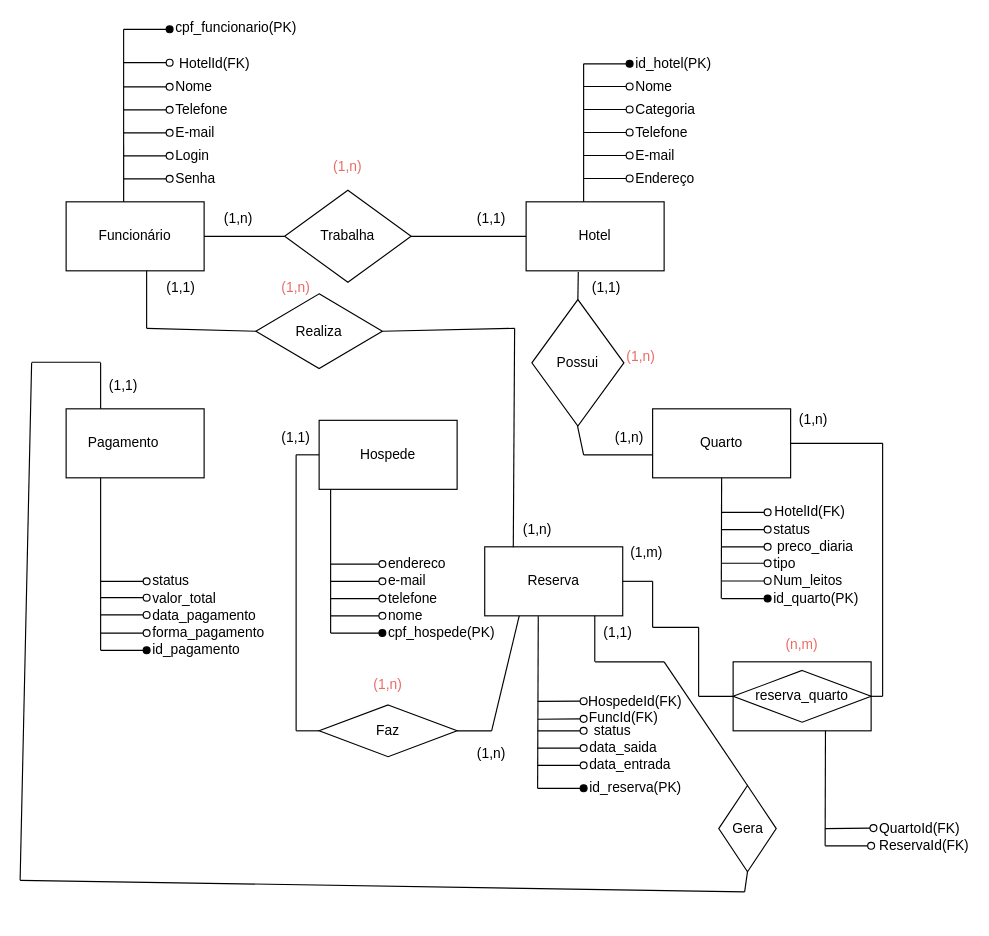
This is trabalho_banco_de_dados.drawio from Daniells1/uninter_banco_de_dados, a draw.io file, before an edit. Source tidied: cells renumbered, new cells numbered last; positions are measured from the earlier drawing's top-left corner, leaving out a move shared by most shapes. Both pictures are drawn from the tidied source at 115%, with x=0, y=0 at pixel (20, 22).
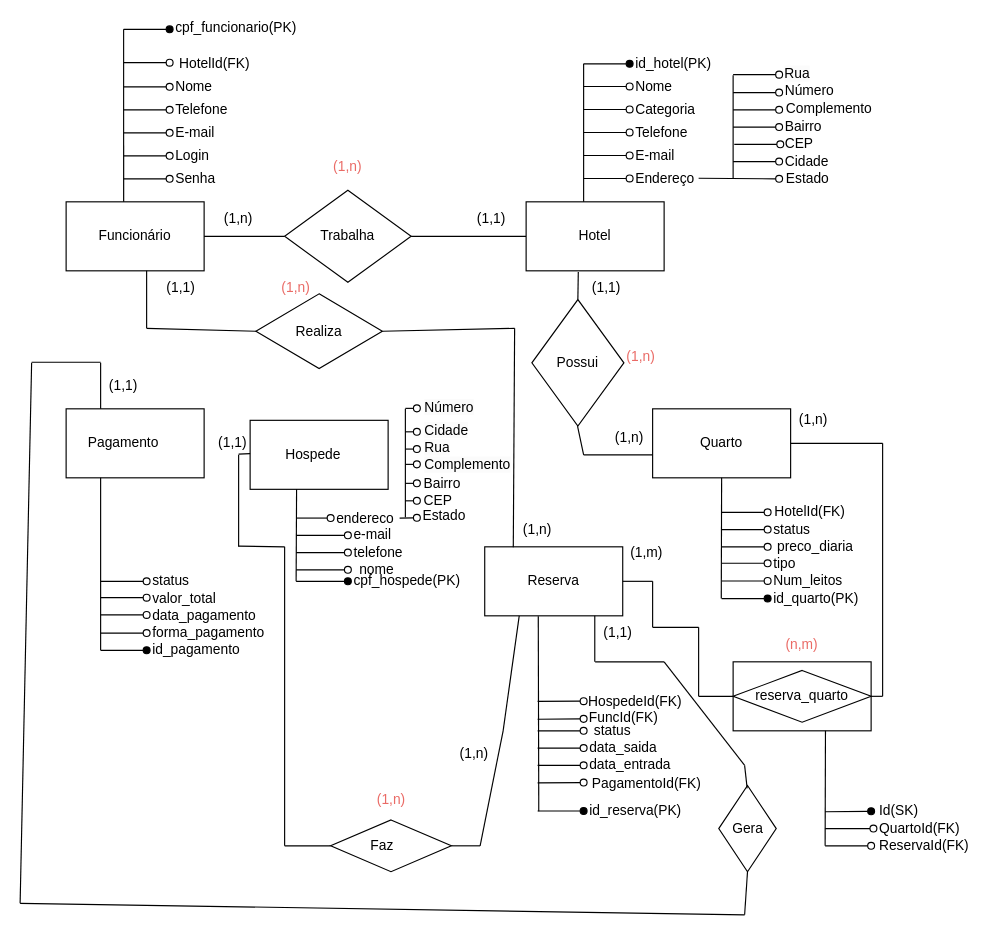
Above is the later version.

The change refers to these unchanged cells:
```xml
<mxCell id="40" style="rounded=0;whiteSpace=wrap;html=1;" parent="1" vertex="1">
  <mxGeometry x="404" y="456" width="120" height="60" as="geometry" />
</mxCell>
<mxCell id="108" style="rhombus;whiteSpace=wrap;html=1;rotation=-90;direction=south;" parent="1" vertex="1">
  <mxGeometry x="595" y="676" width="75" height="50" as="geometry" />
</mxCell>
<mxCell id="144" value="&amp;nbsp;QuartoId(FK)" style="text;html=1;align=left;verticalAlign=middle;whiteSpace=wrap;rounded=0;" parent="1" vertex="1">
  <mxGeometry x="742" y="691" width="60" height="20" as="geometry" />
</mxCell>
```

Change to the diagram source:
```diff
@@
     <mxCell id="38" style="rounded=0;whiteSpace=wrap;html=1;" parent="1" vertex="1">
-      <mxGeometry x="260" y="346" width="120" height="60" as="geometry" />
+      <mxGeometry x="200" y="346" width="120" height="60" as="geometry" />
     </mxCell>
     <mxCell id="39" value="Hospede" style="text;html=1;align=center;verticalAlign=middle;whiteSpace=wrap;rounded=0;" parent="1" vertex="1">
-      <mxGeometry x="290" y="361" width="60" height="30" as="geometry" />
+      <mxGeometry x="225" y="361" width="60" height="30" as="geometry" />
     </mxCell>
@@
     <mxCell id="44" style="endArrow=oval;html=1;rounded=0;endFill=1;align=center;" parent="1" edge="1">
       <mxGeometry relative="1" as="geometry">
-        <mxPoint x="270" y="531" as="sourcePoint" />
-        <mxPoint x="315" y="531" as="targetPoint" />
+        <mxPoint x="240" y="486" as="sourcePoint" />
+        <mxPoint x="285" y="486" as="targetPoint" />
       </mxGeometry>
     </mxCell>
     <mxCell id="45" style="endArrow=oval;html=1;rounded=0;endFill=1;align=center;" parent="1" edge="1">
       <mxGeometry relative="1" as="geometry">
-        <mxPoint x="450" y="666" as="sourcePoint" />
-        <mxPoint x="490" y="666" as="targetPoint" />
+        <mxPoint x="450" y="685.7" as="sourcePoint" />
+        <mxPoint x="490" y="685.7" as="targetPoint" />
       </mxGeometry>
     </mxCell>
@@
     <mxCell id="66" style="endArrow=oval;html=1;rounded=0;endFill=0;" parent="1" edge="1">
       <mxGeometry relative="1" as="geometry">
-        <mxPoint x="270" y="516" as="sourcePoint" />
-        <mxPoint x="315" y="516" as="targetPoint" />
+        <mxPoint x="240" y="476" as="sourcePoint" />
+        <mxPoint x="285" y="476" as="targetPoint" />
       </mxGeometry>
     </mxCell>
     <mxCell id="67" value="&amp;nbsp;cpf_hospede(PK)" style="text;html=1;align=left;verticalAlign=middle;whiteSpace=wrap;rounded=0;" parent="1" vertex="1">
-      <mxGeometry x="315" y="516" width="60" height="30" as="geometry" />
+      <mxGeometry x="285" y="476" width="60" height="20" as="geometry" />
     </mxCell>
     <mxCell id="68" value="&amp;nbsp;nome" style="text;html=1;align=left;verticalAlign=middle;whiteSpace=wrap;rounded=0;" parent="1" vertex="1">
-      <mxGeometry x="315" y="501" width="60" height="30" as="geometry" />
+      <mxGeometry x="290" y="466" width="60" height="20" as="geometry" />
     </mxCell>
     <mxCell id="69" style="endArrow=oval;html=1;rounded=0;endFill=0;" parent="1" edge="1">
       <mxGeometry relative="1" as="geometry">
-        <mxPoint x="270" y="501" as="sourcePoint" />
-        <mxPoint x="315" y="501" as="targetPoint" />
+        <mxPoint x="240" y="461" as="sourcePoint" />
+        <mxPoint x="285" y="461" as="targetPoint" />
       </mxGeometry>
     </mxCell>
     <mxCell id="70" value="&amp;nbsp;telefone" style="text;html=1;align=left;verticalAlign=middle;whiteSpace=wrap;rounded=0;" parent="1" vertex="1">
-      <mxGeometry x="315" y="486" width="60" height="30" as="geometry" />
+      <mxGeometry x="285" y="451" width="60" height="20" as="geometry" />
     </mxCell>
-    <mxCell id="71" value="&amp;nbsp;e-mail" style="text;html=1;align=left;verticalAlign=middle;whiteSpace=wrap;rounded=0;" parent="1" vertex="1">
-      <mxGeometry x="315" y="471" width="60" height="30" as="geometry" />
-    </mxCell>
     <mxCell id="72" style="endArrow=oval;html=1;rounded=0;endFill=0;" parent="1" edge="1">
       <mxGeometry relative="1" as="geometry">
-        <mxPoint x="270" y="486" as="sourcePoint" />
-        <mxPoint x="315" y="486" as="targetPoint" />
+        <mxPoint x="240" y="446" as="sourcePoint" />
+        <mxPoint x="285" y="446" as="targetPoint" />
       </mxGeometry>
     </mxCell>
     <mxCell id="73" style="endArrow=oval;html=1;rounded=0;endFill=0;" parent="1" edge="1">
       <mxGeometry relative="1" as="geometry">
-        <mxPoint x="270" y="471" as="sourcePoint" />
-        <mxPoint x="315" y="471" as="targetPoint" />
+        <mxPoint x="240" y="431" as="sourcePoint" />
+        <mxPoint x="270" y="431" as="targetPoint" />
       </mxGeometry>
     </mxCell>
     <mxCell id="74" value="&amp;nbsp;endereco" style="text;html=1;align=left;verticalAlign=middle;whiteSpace=wrap;rounded=0;" parent="1" vertex="1">
-      <mxGeometry x="315" y="456" width="60" height="30" as="geometry" />
+      <mxGeometry x="270" y="431" width="60" as="geometry" />
     </mxCell>
     <mxCell id="75" style="endArrow=none;html=1;" parent="1" edge="1">
       <mxGeometry relative="1" as="geometry">
-        <mxPoint x="270" y="531" as="sourcePoint" />
-        <mxPoint x="270" y="406" as="targetPoint" />
+        <mxPoint x="240" y="486" as="sourcePoint" />
+        <mxPoint x="240.4" y="406" as="targetPoint" />
       </mxGeometry>
     </mxCell>
     <mxCell id="76" value="&amp;nbsp;id_reserva(PK)" style="text;html=1;align=left;verticalAlign=middle;whiteSpace=wrap;rounded=0;" parent="1" vertex="1">
-      <mxGeometry x="490" y="651" width="60" height="30" as="geometry" />
+      <mxGeometry x="490" y="671" width="60" height="30" as="geometry" />
     </mxCell>
@@
     <mxCell id="83" style="endArrow=none;html=1;entryX=0.388;entryY=1.006;entryDx=0;entryDy=0;entryPerimeter=0;" parent="1" edge="1" target="40">
       <mxGeometry relative="1" as="geometry">
-        <mxPoint x="450" y="666" as="sourcePoint" />
+        <mxPoint x="451" y="686" as="sourcePoint" />
       </mxGeometry>
     </mxCell>
@@
     <mxCell id="105" style="endArrow=none;html=1;" parent="1" edge="1">
       <mxGeometry relative="1" as="geometry">
-        <mxPoint x="240" y="376" as="sourcePoint" />
-        <mxPoint x="260" y="376" as="targetPoint" />
+        <mxPoint x="190" y="375.4" as="sourcePoint" />
+        <mxPoint x="200" y="375" as="targetPoint" />
       </mxGeometry>
     </mxCell>
     <mxCell id="106" style="endArrow=none;html=1;" parent="1" edge="1">
       <mxGeometry relative="1" as="geometry">
-        <mxPoint x="240" y="616" as="sourcePoint" />
-        <mxPoint x="240" y="376" as="targetPoint" />
+        <mxPoint x="230" y="716" as="sourcePoint" />
+        <mxPoint x="230" y="456" as="targetPoint" />
       </mxGeometry>
     </mxCell>
     <mxCell id="107" style="endArrow=none;html=1;" parent="1" edge="1">
       <mxGeometry relative="1" as="geometry">
-        <mxPoint x="240" y="616" as="sourcePoint" />
-        <mxPoint x="260" y="616" as="targetPoint" />
+        <mxPoint x="190" y="455.4" as="sourcePoint" />
+        <mxPoint x="230" y="456" as="targetPoint" />
       </mxGeometry>
     </mxCell>
@@
     <mxCell id="112" style="endArrow=none;html=1;" parent="1" edge="1">
       <mxGeometry relative="1" as="geometry">
-        <mxPoint y="746" as="sourcePoint" />
-        <mxPoint x="630" y="756" as="targetPoint" />
+        <mxPoint y="766" as="sourcePoint" />
+        <mxPoint x="630" y="776" as="targetPoint" />
       </mxGeometry>
     </mxCell>
     <mxCell id="113" style="endArrow=none;html=1;entryX=0.5;entryY=1;entryDx=0;entryDy=0;" parent="1" edge="1" target="108">
       <mxGeometry relative="1" as="geometry">
-        <mxPoint x="630" y="756" as="sourcePoint" />
+        <mxPoint x="630" y="776" as="sourcePoint" />
       </mxGeometry>
     </mxCell>
     <mxCell id="114" style="endArrow=none;html=1;" parent="1" edge="1">
       <mxGeometry relative="1" as="geometry">
-        <mxPoint y="746" as="sourcePoint" />
+        <mxPoint y="766" as="sourcePoint" />
         <mxPoint x="10" y="296" as="targetPoint" />
       </mxGeometry>
     </mxCell>
@@
     <mxCell id="117" value="(1,n)" style="text;html=1;align=center;verticalAlign=middle;whiteSpace=wrap;rounded=0;" parent="1" vertex="1">
-      <mxGeometry x="380" y="621" width="60" height="30" as="geometry" />
+      <mxGeometry x="365" y="621" width="60" height="30" as="geometry" />
     </mxCell>
     <mxCell id="118" value="(1,1)" style="text;html=1;align=center;verticalAlign=middle;whiteSpace=wrap;rounded=0;" parent="1" vertex="1">
-      <mxGeometry x="210" y="346" width="60" height="30" as="geometry" />
+      <mxGeometry x="155" y="351" width="60" height="30" as="geometry" />
     </mxCell>
-    <mxCell id="119" style="rhombus;whiteSpace=wrap;html=1;" parent="1" vertex="1">
-      <mxGeometry x="260" y="593.5" width="120" height="45" as="geometry" />
+    <mxCell id="119" style="rhombus;whiteSpace=wrap;html=1;rotation=0;" parent="1" vertex="1">
+      <mxGeometry x="270" y="693.5" width="105" height="45" as="geometry" />
     </mxCell>
     <mxCell id="120" value="Faz" style="text;html=1;align=center;verticalAlign=middle;whiteSpace=wrap;rounded=0;" parent="1" vertex="1">
-      <mxGeometry x="290" y="601" width="60" height="30" as="geometry" />
+      <mxGeometry x="285" y="701" width="60" height="30" as="geometry" />
     </mxCell>
-    <mxCell id="121" style="endArrow=none;html=1;exitX=1;exitY=0.5;exitDx=0;exitDy=0;" parent="1" edge="1" source="119">
+    <mxCell id="121" style="endArrow=none;html=1;" parent="1" edge="1">
       <mxGeometry relative="1" as="geometry">
-        <mxPoint x="410" y="616" as="targetPoint" />
+        <mxPoint x="400" y="716" as="sourcePoint" />
+        <mxPoint x="420" y="616" as="targetPoint" />
       </mxGeometry>
     </mxCell>
     <mxCell id="122" style="endArrow=none;html=1;entryX=0.25;entryY=1;entryDx=0;entryDy=0;" parent="1" edge="1" target="40">
       <mxGeometry relative="1" as="geometry">
-        <mxPoint x="410" y="616" as="sourcePoint" />
+        <mxPoint x="420" y="616" as="sourcePoint" />
       </mxGeometry>
     </mxCell>
     <mxCell id="123" value="(1,n)" style="text;html=1;align=center;verticalAlign=middle;whiteSpace=wrap;rounded=0;fontColor=#EA6B66;" parent="1" vertex="1">
-      <mxGeometry x="290" y="561" width="60" height="30" as="geometry" />
+      <mxGeometry x="292.5" y="661" width="60" height="30" as="geometry" />
     </mxCell>
@@
-    <mxCell id="143" style="endArrow=oval;html=1;rounded=0;endFill=0;" parent="1" edge="1">
+    <mxCell id="143" style="endArrow=oval;html=1;rounded=0;endFill=0;entryX=0;entryY=0.5;entryDx=0;entryDy=0;" parent="1" edge="1" target="144">
       <mxGeometry relative="1" as="geometry">
         <mxPoint x="700" y="701" as="sourcePoint" />
-        <mxPoint x="742" y="700.6" as="targetPoint" />
       </mxGeometry>
     </mxCell>
@@
-    <mxCell id="149" style="endArrow=none;html=1;entryX=0.5;entryY=0;entryDx=0;entryDy=0;" parent="1" edge="1" target="108">
+    <mxCell id="149" style="endArrow=none;html=1;" parent="1" edge="1">
       <mxGeometry relative="1" as="geometry">
         <mxPoint x="560" y="556" as="sourcePoint" />
+        <mxPoint x="630" y="646" as="targetPoint" />
       </mxGeometry>
     </mxCell>
@@
+    <mxCell id="154" style="endArrow=oval;html=1;rounded=0;endFill=0;" parent="1" edge="1">
+      <mxGeometry relative="1" as="geometry">
+        <mxPoint x="590" y="135.5" as="sourcePoint" />
+        <mxPoint x="660" y="136" as="targetPoint" />
+      </mxGeometry>
+    </mxCell>
+    <mxCell id="155" style="endArrow=none;html=1;rounded=0;" parent="1" edge="1">
+      <mxGeometry relative="1" as="geometry">
+        <mxPoint x="620" y="136" as="sourcePoint" />
+        <mxPoint x="620" y="46" as="targetPoint" />
+      </mxGeometry>
+    </mxCell>
+    <mxCell id="156" style="endArrow=oval;html=1;rounded=0;endFill=0;" parent="1" edge="1">
+      <mxGeometry relative="1" as="geometry">
+        <mxPoint x="620" y="121" as="sourcePoint" />
+        <mxPoint x="660" y="121" as="targetPoint" />
+      </mxGeometry>
+    </mxCell>
+    <mxCell id="157" value="&amp;nbsp;Estado" style="text;html=1;align=left;verticalAlign=middle;whiteSpace=wrap;rounded=0;" parent="1" vertex="1">
+      <mxGeometry x="661" y="121" width="60" height="30" as="geometry" />
+    </mxCell>
+    <mxCell id="158" value="&amp;nbsp;Cidade" style="text;html=1;align=left;verticalAlign=middle;whiteSpace=wrap;rounded=0;" parent="1" vertex="1">
+      <mxGeometry x="660" y="106" width="60" height="30" as="geometry" />
+    </mxCell>
+    <mxCell id="159" style="endArrow=oval;html=1;rounded=0;endFill=0;" parent="1" edge="1">
+      <mxGeometry relative="1" as="geometry">
+        <mxPoint x="621" y="106" as="sourcePoint" />
+        <mxPoint x="661" y="106" as="targetPoint" />
+      </mxGeometry>
+    </mxCell>
+    <mxCell id="160" value="&amp;nbsp;CEP" style="text;html=1;align=left;verticalAlign=middle;whiteSpace=wrap;rounded=0;" parent="1" vertex="1">
+      <mxGeometry x="660" y="91" width="60" height="30" as="geometry" />
+    </mxCell>
+    <mxCell id="161" style="endArrow=oval;html=1;rounded=0;endFill=0;" parent="1" edge="1">
+      <mxGeometry relative="1" as="geometry">
+        <mxPoint x="620" y="91" as="sourcePoint" />
+        <mxPoint x="660" y="91" as="targetPoint" />
+      </mxGeometry>
+    </mxCell>
+    <mxCell id="162" value="&amp;nbsp;Bairro" style="text;html=1;align=left;verticalAlign=middle;whiteSpace=wrap;rounded=0;" parent="1" vertex="1">
+      <mxGeometry x="660" y="76" width="60" height="30" as="geometry" />
+    </mxCell>
+    <mxCell id="163" style="endArrow=oval;html=1;rounded=0;endFill=0;" parent="1" edge="1">
+      <mxGeometry relative="1" as="geometry">
+        <mxPoint x="620" y="76" as="sourcePoint" />
+        <mxPoint x="660" y="76" as="targetPoint" />
+      </mxGeometry>
+    </mxCell>
+    <mxCell id="164" value="&amp;nbsp;Complemento" style="text;whiteSpace=wrap;html=1;" parent="1" vertex="1">
+      <mxGeometry x="661" y="61" width="70" height="40" as="geometry" />
+    </mxCell>
+    <mxCell id="165" style="endArrow=oval;html=1;rounded=0;endFill=0;" parent="1" edge="1">
+      <mxGeometry relative="1" as="geometry">
+        <mxPoint x="620" y="61" as="sourcePoint" />
+        <mxPoint x="660" y="61" as="targetPoint" />
+      </mxGeometry>
+    </mxCell>
+    <mxCell id="166" value="&amp;nbsp;Número" style="text;whiteSpace=wrap;html=1;" parent="1" vertex="1">
+      <mxGeometry x="660" y="46" width="110" height="40" as="geometry" />
+    </mxCell>
+    <mxCell id="167" value="&lt;span style=&quot;color: rgb(0, 0, 0); font-family: Helvetica; font-size: 12px; font-style: normal; font-variant-ligatures: normal; font-variant-caps: normal; font-weight: 400; letter-spacing: normal; orphans: 2; text-align: left; text-indent: 0px; text-transform: none; widows: 2; word-spacing: 0px; -webkit-text-stroke-width: 0px; white-space: normal; background-color: rgb(251, 251, 251); text-decoration-thickness: initial; text-decoration-style: initial; text-decoration-color: initial; float: none; display: inline !important;&quot;&gt;Rua&lt;/span&gt;" style="text;whiteSpace=wrap;html=1;" parent="1" vertex="1">
+      <mxGeometry x="662.5" y="31" width="80" height="40" as="geometry" />
+    </mxCell>
+    <mxCell id="168" style="endArrow=oval;html=1;rounded=0;endFill=0;" parent="1" edge="1">
+      <mxGeometry relative="1" as="geometry">
+        <mxPoint x="620" y="45.4" as="sourcePoint" />
+        <mxPoint x="660" y="45.4" as="targetPoint" />
+      </mxGeometry>
+    </mxCell>
+    <mxCell id="169" value="&amp;nbsp;Estado" style="text;html=1;align=left;verticalAlign=middle;whiteSpace=wrap;rounded=0;" parent="1" vertex="1">
+      <mxGeometry x="345" y="426" width="50" height="5" as="geometry" />
+    </mxCell>
+    <mxCell id="71" value="&amp;nbsp;e-mail" style="text;html=1;align=left;verticalAlign=middle;whiteSpace=wrap;rounded=0;" parent="1" vertex="1">
+      <mxGeometry x="285" y="431" width="45" height="30" as="geometry" />
+    </mxCell>
+    <mxCell id="170" style="endArrow=none;html=1;rounded=0;" parent="1" edge="1">
+      <mxGeometry relative="1" as="geometry">
+        <mxPoint x="335" y="430.3" as="sourcePoint" />
+        <mxPoint x="335" y="336" as="targetPoint" />
+      </mxGeometry>
+    </mxCell>
+    <mxCell id="171" value="&amp;nbsp;CEP" style="text;html=1;align=left;verticalAlign=middle;whiteSpace=wrap;rounded=0;" parent="1" vertex="1">
+      <mxGeometry x="346" y="411" width="60" height="10" as="geometry" />
+    </mxCell>
+    <mxCell id="172" value="&amp;nbsp;Bairro" style="text;html=1;align=left;verticalAlign=middle;whiteSpace=wrap;rounded=0;" parent="1" vertex="1">
+      <mxGeometry x="346" y="391" width="60" height="20" as="geometry" />
+    </mxCell>
+    <mxCell id="173" value="&lt;span style=&quot;color: rgb(0, 0, 0); font-family: Helvetica; font-size: 12px; font-style: normal; font-variant-ligatures: normal; font-variant-caps: normal; font-weight: 400; letter-spacing: normal; orphans: 2; text-align: left; text-indent: 0px; text-transform: none; widows: 2; word-spacing: 0px; -webkit-text-stroke-width: 0px; white-space: normal; background-color: rgb(251, 251, 251); text-decoration-thickness: initial; text-decoration-style: initial; text-decoration-color: initial; float: none; display: inline !important;&quot;&gt;Rua&lt;/span&gt;" style="text;whiteSpace=wrap;html=1;" parent="1" vertex="1">
+      <mxGeometry x="350" y="356" width="80" height="20" as="geometry" />
+    </mxCell>
+    <mxCell id="174" style="endArrow=none;html=1;rounded=0;" parent="1" edge="1">
+      <mxGeometry relative="1" as="geometry">
+        <mxPoint x="190" y="456" as="sourcePoint" />
+        <mxPoint x="190" y="376" as="targetPoint" />
+      </mxGeometry>
+    </mxCell>
+    <mxCell id="175" style="endArrow=none;html=1;rounded=0;entryX=0;entryY=0.5;entryDx=0;entryDy=0;" parent="1" edge="1" target="119">
+      <mxGeometry relative="1" as="geometry">
+        <mxPoint x="230" y="716" as="sourcePoint" />
+      </mxGeometry>
+    </mxCell>
+    <mxCell id="176" style="endArrow=none;html=1;rounded=0;exitX=1;exitY=0.5;exitDx=0;exitDy=0;" parent="1" edge="1" source="119">
+      <mxGeometry relative="1" as="geometry">
+        <mxPoint x="400" y="716" as="targetPoint" />
+      </mxGeometry>
+    </mxCell>
+    <mxCell id="177" style="endArrow=oval;html=1;rounded=0;endFill=0;" parent="1" edge="1">
+      <mxGeometry relative="1" as="geometry">
+        <mxPoint x="335" y="384.3" as="sourcePoint" />
+        <mxPoint x="345" y="384.3" as="targetPoint" />
+      </mxGeometry>
+    </mxCell>
+    <mxCell id="178" value="&lt;span style=&quot;color: rgb(0, 0, 0); font-family: Helvetica; font-size: 12px; font-style: normal; font-variant-ligatures: normal; font-variant-caps: normal; font-weight: 400; letter-spacing: normal; orphans: 2; text-align: left; text-indent: 0px; text-transform: none; widows: 2; word-spacing: 0px; -webkit-text-stroke-width: 0px; white-space: normal; background-color: rgb(251, 251, 251); text-decoration-thickness: initial; text-decoration-style: initial; text-decoration-color: initial; float: none; display: inline !important;&quot;&gt;Complemento&lt;/span&gt;" style="text;whiteSpace=wrap;html=1;" parent="1" vertex="1">
+      <mxGeometry x="350" y="371" width="80" height="20" as="geometry" />
+    </mxCell>
+    <mxCell id="179" style="endArrow=oval;html=1;rounded=0;endFill=0;" parent="1" edge="1">
+      <mxGeometry relative="1" as="geometry">
+        <mxPoint x="335" y="371" as="sourcePoint" />
+        <mxPoint x="345" y="371" as="targetPoint" />
+      </mxGeometry>
+    </mxCell>
+    <mxCell id="180" style="endArrow=oval;html=1;rounded=0;endFill=0;" parent="1" edge="1">
+      <mxGeometry relative="1" as="geometry">
+        <mxPoint x="335" y="400.8" as="sourcePoint" />
+        <mxPoint x="345" y="400.8" as="targetPoint" />
+      </mxGeometry>
+    </mxCell>
+    <mxCell id="181" style="endArrow=oval;html=1;rounded=0;endFill=0;" parent="1" edge="1">
+      <mxGeometry relative="1" as="geometry">
+        <mxPoint x="335" y="416" as="sourcePoint" />
+        <mxPoint x="345" y="416" as="targetPoint" />
+      </mxGeometry>
+    </mxCell>
+    <mxCell id="182" style="endArrow=oval;html=1;rounded=0;endFill=0;exitX=1;exitY=0;exitDx=0;exitDy=0;" parent="1" edge="1" source="71">
+      <mxGeometry relative="1" as="geometry">
+        <mxPoint x="345" y="430.8" as="targetPoint" />
+      </mxGeometry>
+    </mxCell>
+    <mxCell id="183" style="endArrow=none;html=1;rounded=0;" parent="1" edge="1">
+      <mxGeometry relative="1" as="geometry">
+        <mxPoint x="632.2" y="666" as="sourcePoint" />
+        <mxPoint x="630" y="646" as="targetPoint" />
+      </mxGeometry>
+    </mxCell>
+    <mxCell id="184" style="endArrow=oval;html=1;rounded=0;endFill=1;" parent="1" edge="1">
+      <mxGeometry relative="1" as="geometry">
+        <mxPoint x="700" y="686.4" as="sourcePoint" />
+        <mxPoint x="740" y="686" as="targetPoint" />
+      </mxGeometry>
+    </mxCell>
+    <mxCell id="185" value="&amp;nbsp;Id(SK)" style="text;html=1;align=left;verticalAlign=middle;whiteSpace=wrap;rounded=0;" parent="1" vertex="1">
+      <mxGeometry x="742" y="676" width="60" height="20" as="geometry" />
+    </mxCell>
+    <mxCell id="186" style="endArrow=oval;html=1;rounded=0;endFill=0;" parent="1" edge="1">
+      <mxGeometry relative="1" as="geometry">
+        <mxPoint x="450" y="661.3" as="sourcePoint" />
+        <mxPoint x="490" y="661" as="targetPoint" />
+      </mxGeometry>
+    </mxCell>
+    <mxCell id="187" value="PagamentoId(FK)" style="text;html=1;align=center;verticalAlign=middle;whiteSpace=wrap;rounded=0;" parent="1" vertex="1">
+      <mxGeometry x="510" y="661" width="70" as="geometry" />
+    </mxCell>
+    <mxCell id="188" style="endArrow=oval;html=1;rounded=0;endFill=0;" parent="1" edge="1">
+      <mxGeometry relative="1" as="geometry">
+        <mxPoint x="335" y="356" as="sourcePoint" />
+        <mxPoint x="345" y="356" as="targetPoint" />
+      </mxGeometry>
+    </mxCell>
+    <mxCell id="189" value="&lt;span style=&quot;color: rgb(0, 0, 0); font-family: Helvetica; font-size: 12px; font-style: normal; font-variant-ligatures: normal; font-variant-caps: normal; font-weight: 400; letter-spacing: normal; orphans: 2; text-align: left; text-indent: 0px; text-transform: none; widows: 2; word-spacing: 0px; -webkit-text-stroke-width: 0px; white-space: normal; background-color: rgb(251, 251, 251); text-decoration-thickness: initial; text-decoration-style: initial; text-decoration-color: initial; float: none; display: inline !important;&quot;&gt;Cidade&lt;/span&gt;" style="text;whiteSpace=wrap;html=1;" parent="1" vertex="1">
+      <mxGeometry x="350" y="341" width="80" height="20" as="geometry" />
+    </mxCell>
+    <mxCell id="190" style="endArrow=oval;html=1;rounded=0;endFill=0;" parent="1" edge="1">
+      <mxGeometry relative="1" as="geometry">
+        <mxPoint x="335" y="335.6" as="sourcePoint" />
+        <mxPoint x="345" y="335.6" as="targetPoint" />
+      </mxGeometry>
+    </mxCell>
+    <mxCell id="191" value="&lt;span style=&quot;color: rgb(0, 0, 0); font-family: Helvetica; font-size: 12px; font-style: normal; font-variant-ligatures: normal; font-variant-caps: normal; font-weight: 400; letter-spacing: normal; orphans: 2; text-align: left; text-indent: 0px; text-transform: none; widows: 2; word-spacing: 0px; -webkit-text-stroke-width: 0px; white-space: normal; background-color: rgb(251, 251, 251); text-decoration-thickness: initial; text-decoration-style: initial; text-decoration-color: initial; float: none; display: inline !important;&quot;&gt;Número&lt;/span&gt;" style="text;whiteSpace=wrap;html=1;" parent="1" vertex="1">
+      <mxGeometry x="350" y="321" width="80" height="10" as="geometry" />
+    </mxCell>
```
